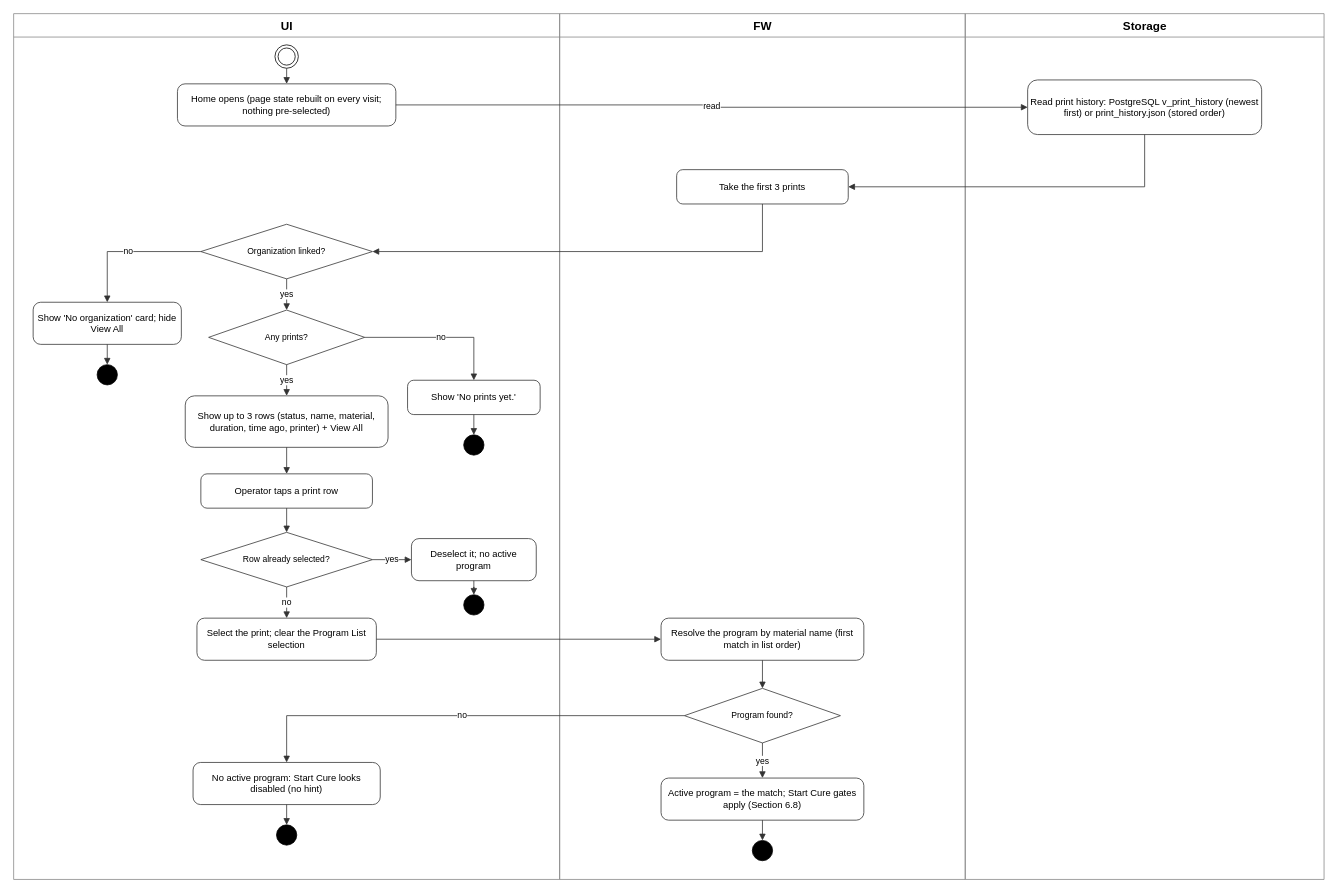
Amitaiw6/sCure-A keeps this draw.io diagram as docs/diagrams/recent-prints-flow.drawio. Above is the earlier version. Source tidied: cells renumbered, new cells numbered last; positions are measured from the earlier drawing's top-left corner, leaving out a move shared by most shapes. Both pictures are drawn from the tidied source at 78%, with x=0, y=0 at pixel (13, 13).
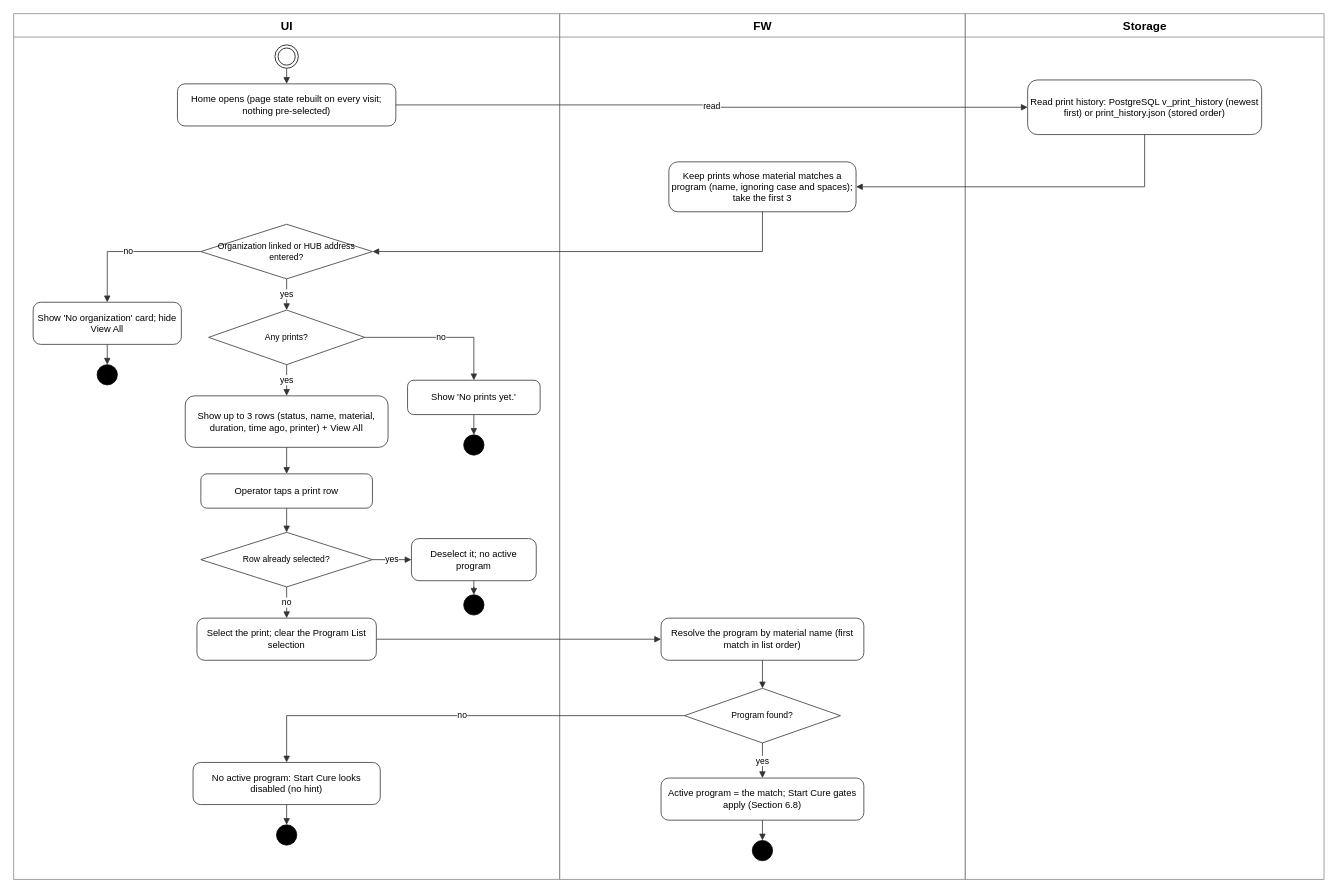
The same diagram, later.

The edit, as a diff of the source:
```diff
@@
-    <mxCell id="8" value="Take the first 3 prints" style="rounded=1;whiteSpace=wrap;html=1;arcSize=18;fillColor=#FFFFFF;strokeColor=#333333;fontSize=12;" parent="1" vertex="1">
-      <mxGeometry x="850" y="200" width="220" height="44" as="geometry" />
+    <mxCell id="8" value="Keep prints whose material matches a program (name, ignoring case and spaces); take the first 3" style="rounded=1;whiteSpace=wrap;html=1;arcSize=18;fillColor=#FFFFFF;strokeColor=#333333;fontSize=12;" parent="1" vertex="1">
+      <mxGeometry x="840" y="190" width="240" height="64" as="geometry" />
     </mxCell>
-    <mxCell id="9" value="Organization linked?" style="rhombus;whiteSpace=wrap;html=1;fillColor=#FFFFFF;strokeColor=#333333;fontSize=11;" parent="1" vertex="1">
+    <mxCell id="9" value="Organization linked or HUB address entered?" style="rhombus;whiteSpace=wrap;html=1;fillColor=#FFFFFF;strokeColor=#333333;fontSize=11;" parent="1" vertex="1">
       <mxGeometry x="240" y="270" width="220" height="70" as="geometry" />
     </mxCell>
```
